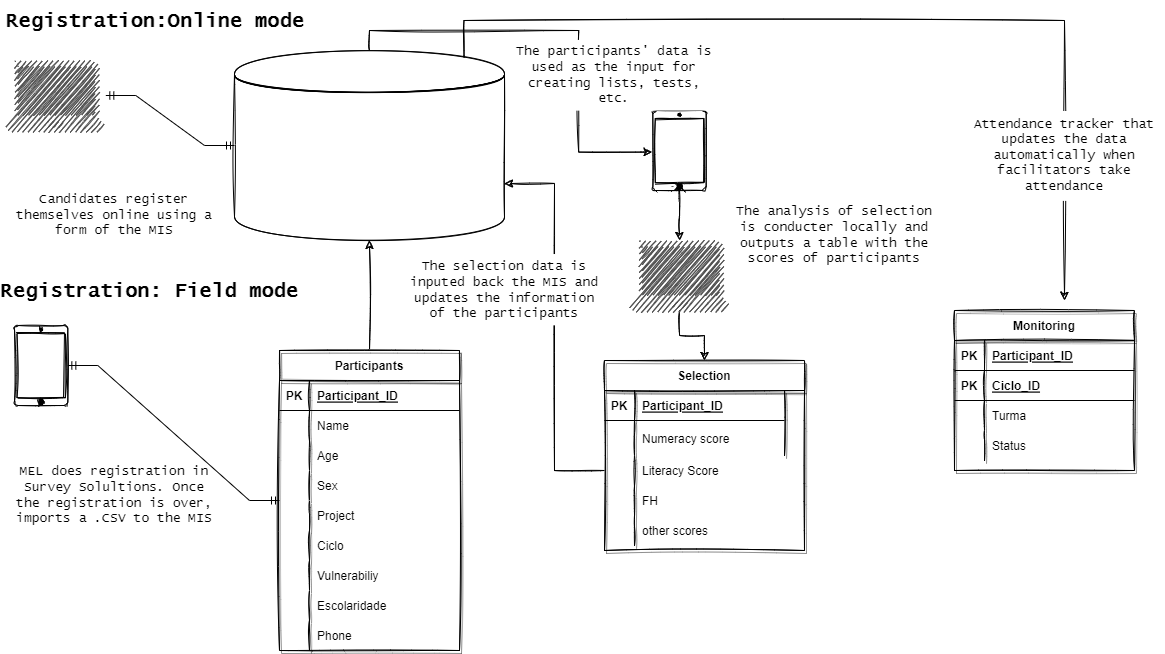
araupontones/MIS keeps this draw.io diagram as MISdataFlow.drawio.png. Above is the earlier version. Source tidied: cells renumbered, new cells last; positions are measured from the earlier drawing's top-left corner, leaving out a move shared by most shapes.
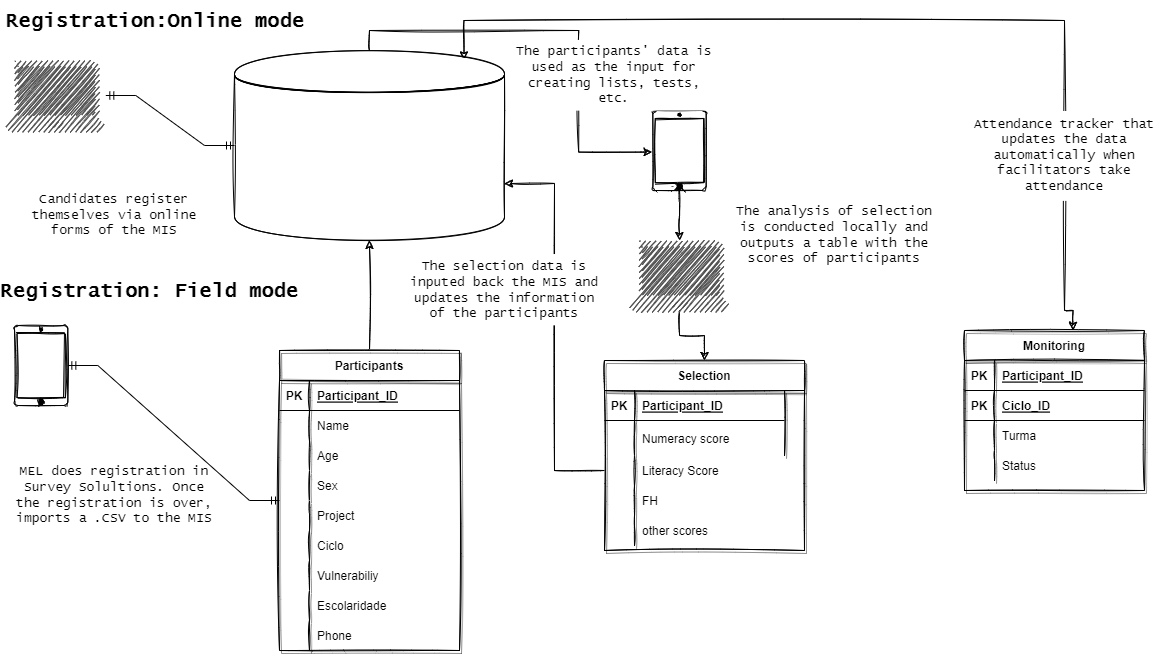
The same file after the commit.

Change to the diagram source:
```diff
@@ -98,12 +98,12 @@
     <mxCell id="33" style="edgeStyle=orthogonalEdgeStyle;rounded=0;sketch=1;jettySize=auto;html=1;exitX=0.5;exitY=0;exitDx=0;exitDy=0;entryX=-0.014;entryY=0.52;entryDx=0;entryDy=0;entryPerimeter=0;fontFamily=Lucida Console;fontSize=13;" parent="1" edge="1" source="35" target="54">
       <mxGeometry relative="1" as="geometry" />
     </mxCell>
-    <mxCell id="34" style="edgeStyle=orthogonalEdgeStyle;rounded=0;sketch=1;jettySize=auto;html=1;exitX=0.85;exitY=0.05;exitDx=0;exitDy=0;exitPerimeter=0;fontFamily=Lucida Console;fontSize=20;" parent="1" edge="1" source="35">
+    <mxCell id="34" style="edgeStyle=orthogonalEdgeStyle;rounded=0;sketch=1;jettySize=auto;html=1;exitX=0.85;exitY=0.05;exitDx=0;exitDy=0;exitPerimeter=0;fontFamily=Lucida Console;fontSize=20;startArrow=classic;startFill=0;entryX=0.603;entryY=0;entryDx=0;entryDy=0;entryPerimeter=0;" parent="1" edge="1" source="35" target="55">
       <mxGeometry relative="1" as="geometry">
-        <mxPoint x="1060" y="300" as="targetPoint" />
         <Array as="points">
           <mxPoint x="460" y="20" />
           <mxPoint x="1060" y="20" />
+          <mxPoint x="1060" y="310" />
         </Array>
       </mxGeometry>
     </mxCell>
@@ -168,7 +168,7 @@
       <mxGeometry x="648.3" y="110" width="53.3" height="80" as="geometry" />
     </mxCell>
     <mxCell id="55" value="Monitoring" style="shape=table;startSize=30;rowLines=0;fontStyle=1;align=center;sketch=1;swimlaneLine=1;shadow=1;" parent="1" vertex="1">
-      <mxGeometry x="950" y="310" width="180" height="160" as="geometry" />
+      <mxGeometry x="960" y="330" width="180" height="160" as="geometry" />
     </mxCell>
     <mxCell id="56" style="shape=tableRow;horizontal=0;startSize=0;swimlaneHead=0;swimlaneBody=0;fillColor=none;top=0;left=0;right=0;bottom=1;" parent="55" vertex="1">
       <mxGeometry y="30" width="180" height="30" as="geometry" />
@@ -221,7 +221,7 @@
     <mxCell id="72" value="&lt;font style=&quot;font-size: 20px&quot;&gt;Registration:Online mode&lt;/font&gt;" style="text;strokeColor=none;fillColor=none;html=1;fontSize=24;fontStyle=1;verticalAlign=middle;align=left;shadow=1;sketch=1;fontFamily=Lucida Console;" parent="1" vertex="1">
       <mxGeometry width="320" height="40" as="geometry" />
     </mxCell>
-    <mxCell id="73" value="&lt;font face=&quot;Lucida Console&quot;&gt;&lt;span style=&quot;font-size: 13px&quot;&gt;Candidates register themselves online using a form of the MIS&lt;/span&gt;&lt;/font&gt;" style="text;html=1;strokeColor=none;fillColor=none;align=center;verticalAlign=middle;whiteSpace=wrap;rounded=0;shadow=1;sketch=1;" parent="1" vertex="1">
+    <mxCell id="73" value="&lt;font face=&quot;Lucida Console&quot;&gt;&lt;span style=&quot;font-size: 13px&quot;&gt;Candidates register themselves via online forms of the MIS&lt;/span&gt;&lt;/font&gt;" style="text;html=1;strokeColor=none;fillColor=none;align=center;verticalAlign=middle;whiteSpace=wrap;rounded=0;shadow=1;sketch=1;" parent="1" vertex="1">
       <mxGeometry x="10" y="180" width="200" height="70" as="geometry" />
     </mxCell>
     <mxCell id="74" value="&lt;font face=&quot;Lucida Console&quot;&gt;&lt;span style=&quot;font-size: 13px&quot;&gt;The participants' data is used as the input for creating lists, tests, etc.&lt;/span&gt;&lt;/font&gt;" style="text;html=1;strokeColor=none;fillColor=default;align=center;verticalAlign=middle;whiteSpace=wrap;rounded=0;shadow=0;sketch=1;" parent="1" vertex="1">
@@ -233,7 +233,7 @@
     <mxCell id="76" style="sketch=1;shadow=0;dashed=0;html=1;strokeColor=none;fillColor=#505050;labelPosition=center;verticalLabelPosition=bottom;verticalAlign=top;outlineConnect=0;align=center;shape=mxgraph.office.devices.laptop;" parent="1" vertex="1">
       <mxGeometry x="624.4" y="240" width="101.3" height="70" as="geometry" />
     </mxCell>
-    <mxCell id="77" value="&lt;font face=&quot;Lucida Console&quot;&gt;&lt;span style=&quot;font-size: 13px&quot;&gt;The analysis of selection is conducter locally and outputs a table with the scores of participants&lt;/span&gt;&lt;/font&gt;" style="text;html=1;strokeColor=none;fillColor=none;align=center;verticalAlign=middle;whiteSpace=wrap;rounded=0;shadow=1;sketch=1;" parent="1" vertex="1">
+    <mxCell id="77" value="&lt;font face=&quot;Lucida Console&quot;&gt;&lt;span style=&quot;font-size: 13px&quot;&gt;The analysis of selection is conducted locally and outputs a table with the scores of participants&lt;/span&gt;&lt;/font&gt;" style="text;html=1;strokeColor=none;fillColor=none;align=center;verticalAlign=middle;whiteSpace=wrap;rounded=0;shadow=1;sketch=1;" parent="1" vertex="1">
       <mxGeometry x="730" y="200" width="200" height="70" as="geometry" />
     </mxCell>
     <mxCell id="78" style="edgeStyle=orthogonalEdgeStyle;rounded=0;sketch=1;jettySize=auto;html=1;exitX=0;exitY=0.5;exitDx=0;exitDy=0;entryX=1;entryY=0.7;entryDx=0;entryDy=0;fontFamily=Lucida Console;fontSize=13;" parent="1" edge="1" source="44" target="35">
```
